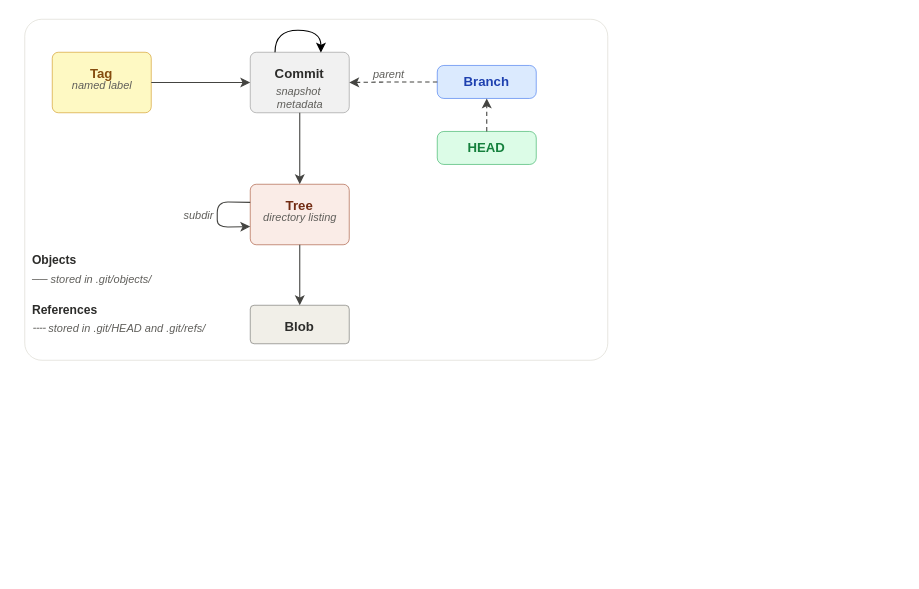
braboj/tutorial-git keeps this draw.io diagram as assets/drawio/git-object-model.drawio. Above is the earlier version. Source tidied: cells renumbered, new cells numbered last; positions are measured from the earlier drawing's top-left corner, leaving out a move shared by most shapes. Both pictures are drawn from the tidied source at 110%, with x=0, y=0 at pixel (24, 19).
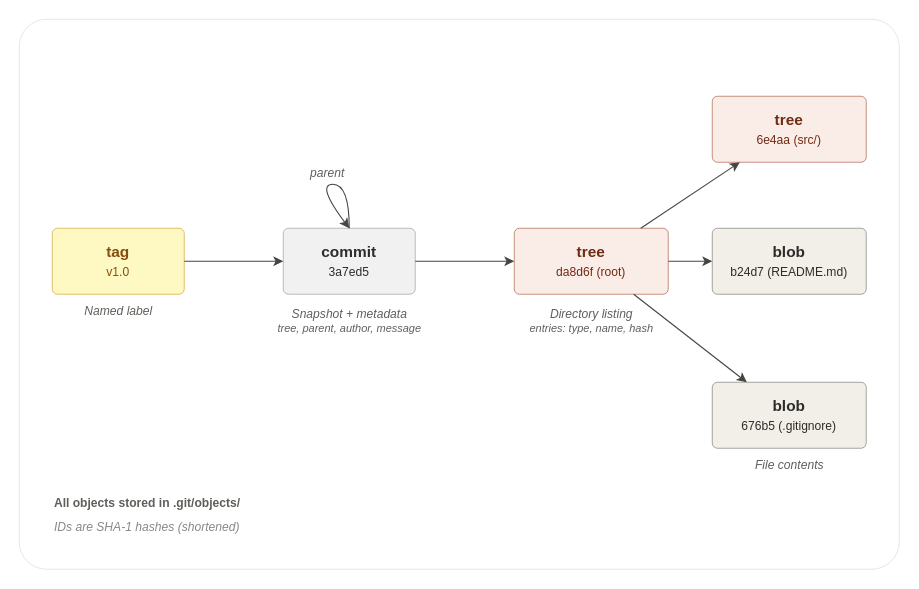
After the change.

Change to the diagram source:
```diff
@@
-    <mxCell id="2" style="rounded=1;whiteSpace=wrap;html=1;fillColor=#FFFFFF;strokeColor=#D3D1C7;strokeWidth=0.5;shadow=0;arcSize=5;" parent="1" vertex="1">
-      <mxGeometry width="530" height="310" as="geometry" />
-    </mxCell>
-    <mxCell id="3" value="Tag" style="rounded=1;whiteSpace=wrap;html=1;fillColor=#FEF9C3;strokeColor=#CA8A04;strokeWidth=0.5;shadow=0;fontSize=12;fontStyle=1;fontColor=#854D0E;fontFamily=Helvetica;verticalAlign=top;align=center;spacingTop=6;arcSize=10;" parent="1" vertex="1">
-      <mxGeometry x="25" y="30" width="90" height="55" as="geometry" />
-    </mxCell>
+    <mxCell id="25" style="rounded=1;whiteSpace=wrap;html=1;fillColor=#FFFFFF;strokeColor=#D3D1C7;strokeWidth=0.5;shadow=0;arcSize=5;" parent="1" vertex="1">
+      <mxGeometry x="-5" width="800" height="500" as="geometry" />
+    </mxCell>
+    <mxCell id="26" value="&lt;b&gt;tag&lt;/b&gt;&lt;br&gt;&lt;font style=&quot;font-size:11px&quot;&gt;v1.0&lt;/font&gt;" style="rounded=1;whiteSpace=wrap;html=1;fillColor=#FEF9C3;strokeColor=#CA8A04;strokeWidth=0.5;shadow=0;arcSize=8;fontSize=14;fontColor=#854D0E;fontFamily=Helvetica;verticalAlign=middle;align=center;" parent="1" vertex="1">
+      <mxGeometry x="25" y="190" width="120" height="60" as="geometry" />
+    </mxCell>
-    <mxCell id="4" value="named label" style="text;html=1;strokeColor=none;fillColor=none;align=center;verticalAlign=middle;fontSize=10;fontStyle=2;fontColor=#5F5E5A;fontFamily=Helvetica;" parent="1" vertex="1">
-      <mxGeometry x="25" y="52" width="90" height="16" as="geometry" />
+    <mxCell id="4" value="Named label" style="text;html=1;align=center;verticalAlign=middle;fontSize=11;fontColor=#5F5E5A;fontFamily=Helvetica;fontStyle=2;" parent="1" vertex="1">
+      <mxGeometry x="25" y="255" width="120" height="20" as="geometry" />
     </mxCell>
-    <mxCell id="5" value="Commit" style="rounded=1;whiteSpace=wrap;html=1;fillColor=#F1F1F1;strokeColor=#888888;strokeWidth=0.5;shadow=0;fontSize=12;fontStyle=1;fontColor=#2C2C2A;fontFamily=Helvetica;verticalAlign=top;align=center;spacingTop=6;arcSize=10;" parent="1" vertex="1">
-      <mxGeometry x="205" y="30" width="90" height="55" as="geometry" />
-    </mxCell>
+    <mxCell id="27" value="&lt;b&gt;commit&lt;/b&gt;&lt;br&gt;&lt;font style=&quot;font-size:11px&quot;&gt;3a7ed5&lt;/font&gt;" style="rounded=1;whiteSpace=wrap;html=1;fillColor=#F1F1F1;strokeColor=#888888;strokeWidth=0.5;shadow=0;arcSize=8;fontSize=14;fontColor=#2C2C2A;fontFamily=Helvetica;verticalAlign=middle;align=center;" parent="1" vertex="1">
+      <mxGeometry x="235" y="190" width="120" height="60" as="geometry" />
+    </mxCell>
-    <mxCell id="6" value="snapshot&amp;nbsp;&lt;div&gt;metadata&lt;/div&gt;" style="text;html=1;strokeColor=none;fillColor=none;align=center;verticalAlign=middle;fontSize=10;fontStyle=2;fontColor=#5F5E5A;fontFamily=Helvetica;" parent="1" vertex="1">
-      <mxGeometry x="195" y="52" width="110" height="38" as="geometry" />
+    <mxCell id="6" value="Snapshot + metadata&lt;br&gt;&lt;font style=&quot;font-size:10px&quot;&gt;tree, parent, author, message&lt;/font&gt;" style="text;html=1;align=center;verticalAlign=top;fontSize=11;fontColor=#5F5E5A;fontFamily=Helvetica;fontStyle=2;" parent="1" vertex="1">
+      <mxGeometry x="210" y="255" width="170" height="35" as="geometry" />
     </mxCell>
-    <mxCell id="7" value="Tree" style="rounded=1;whiteSpace=wrap;html=1;fillColor=#FAECE7;strokeColor=#993C1D;strokeWidth=0.5;shadow=0;fontSize=12;fontStyle=1;fontColor=#712B13;fontFamily=Helvetica;verticalAlign=top;align=center;spacingTop=6;arcSize=10;" parent="1" vertex="1">
-      <mxGeometry x="205" y="150" width="90" height="55" as="geometry" />
-    </mxCell>
+    <mxCell id="28" value="&lt;b&gt;tree&lt;/b&gt;&lt;br&gt;&lt;font style=&quot;font-size:11px&quot;&gt;da8d6f (root)&lt;/font&gt;" style="rounded=1;whiteSpace=wrap;html=1;fillColor=#FAECE7;strokeColor=#993C1D;strokeWidth=0.5;shadow=0;arcSize=8;fontSize=14;fontColor=#712B13;fontFamily=Helvetica;verticalAlign=middle;align=center;" parent="1" vertex="1">
+      <mxGeometry x="445" y="190" width="140" height="60" as="geometry" />
+    </mxCell>
-    <mxCell id="8" value="directory listing" style="text;html=1;strokeColor=none;fillColor=none;align=center;verticalAlign=middle;fontSize=10;fontStyle=2;fontColor=#5F5E5A;fontFamily=Helvetica;" parent="1" vertex="1">
-      <mxGeometry x="205" y="172" width="90" height="16" as="geometry" />
+    <mxCell id="8" value="Directory listing&lt;br&gt;&lt;font style=&quot;font-size:10px&quot;&gt;entries: type, name, hash&lt;/font&gt;" style="text;html=1;align=center;verticalAlign=top;fontSize=11;fontColor=#5F5E5A;fontFamily=Helvetica;fontStyle=2;" parent="1" vertex="1">
+      <mxGeometry x="430" y="255" width="170" height="35" as="geometry" />
     </mxCell>
-    <mxCell id="9" value="Blob" style="rounded=1;whiteSpace=wrap;html=1;fillColor=#F1EFE8;strokeColor=#5F5E5A;strokeWidth=0.5;shadow=0;fontSize=12;fontStyle=1;fontColor=#2C2C2A;fontFamily=Helvetica;verticalAlign=top;align=center;spacingTop=6;arcSize=10;" parent="1" vertex="1">
-      <mxGeometry x="205" y="260" width="90" height="35" as="geometry" />
-    </mxCell>
-    <mxCell id="10" value="Branch" style="rounded=1;whiteSpace=wrap;html=1;fillColor=#DBEAFE;strokeColor=#2563EB;strokeWidth=0.5;arcSize=20;shadow=0;fontSize=12;fontStyle=1;fontColor=#1E40AF;fontFamily=Helvetica;verticalAlign=middle;align=center;" parent="1" vertex="1">
-      <mxGeometry x="375" y="42" width="90" height="30" as="geometry" />
-    </mxCell>
-    <mxCell id="11" value="HEAD" style="rounded=1;whiteSpace=wrap;html=1;fillColor=#DCFCE7;strokeColor=#16A34A;strokeWidth=0.5;arcSize=20;shadow=0;fontSize=12;fontStyle=1;fontColor=#15803D;fontFamily=Helvetica;verticalAlign=middle;align=center;" parent="1" vertex="1">
-      <mxGeometry x="375" y="102" width="90" height="30" as="geometry" />
-    </mxCell>
-    <mxCell id="12" style="endArrow=classic;html=1;strokeColor=#444441;strokeWidth=1;endFill=1;endSize=6;" parent="1" edge="1" source="3" target="5">
-      <mxGeometry relative="1" as="geometry" />
-    </mxCell>
+    <mxCell id="29" value="&lt;b&gt;tree&lt;/b&gt;&lt;br&gt;&lt;font style=&quot;font-size:11px&quot;&gt;6e4aa (src/)&lt;/font&gt;" style="rounded=1;whiteSpace=wrap;html=1;fillColor=#FAECE7;strokeColor=#993C1D;strokeWidth=0.5;shadow=0;arcSize=8;fontSize=14;fontColor=#712B13;fontFamily=Helvetica;verticalAlign=middle;align=center;" parent="1" vertex="1">
+      <mxGeometry x="625" y="70" width="140" height="60" as="geometry" />
+    </mxCell>
+    <mxCell id="30" value="&lt;b&gt;blob&lt;/b&gt;&lt;br&gt;&lt;font style=&quot;font-size:11px&quot;&gt;b24d7 (README.md)&lt;/font&gt;" style="rounded=1;whiteSpace=wrap;html=1;fillColor=#F1EFE8;strokeColor=#5F5E5A;strokeWidth=0.5;shadow=0;arcSize=8;fontSize=14;fontColor=#2C2C2A;fontFamily=Helvetica;verticalAlign=middle;align=center;" parent="1" vertex="1">
+      <mxGeometry x="625" y="190" width="140" height="60" as="geometry" />
+    </mxCell>
+    <mxCell id="31" value="&lt;b&gt;blob&lt;/b&gt;&lt;br&gt;&lt;font style=&quot;font-size:11px&quot;&gt;676b5 (.gitignore)&lt;/font&gt;" style="rounded=1;whiteSpace=wrap;html=1;fillColor=#F1EFE8;strokeColor=#5F5E5A;strokeWidth=0.5;shadow=0;arcSize=8;fontSize=14;fontColor=#2C2C2A;fontFamily=Helvetica;verticalAlign=middle;align=center;" parent="1" vertex="1">
+      <mxGeometry x="625" y="330" width="140" height="60" as="geometry" />
+    </mxCell>
+    <mxCell id="32" value="File contents" style="text;html=1;align=center;verticalAlign=middle;fontSize=11;fontColor=#5F5E5A;fontFamily=Helvetica;fontStyle=2;" parent="1" vertex="1">
+      <mxGeometry x="625" y="395" width="140" height="20" as="geometry" />
+    </mxCell>
+    <mxCell id="33" style="endArrow=classic;html=1;strokeColor=#444441;strokeWidth=1;endFill=1;endSize=6;" parent="1" edge="1" source="26" target="27">
+      <mxGeometry relative="1" as="geometry" />
+    </mxCell>
+    <mxCell id="34" style="endArrow=classic;html=1;strokeColor=#444441;strokeWidth=1;endFill=1;endSize=6;curved=1;" parent="1" edge="1">
+      <mxGeometry relative="1" as="geometry">
+        <mxPoint x="295" y="190" as="sourcePoint" />
+        <mxPoint x="295" y="190" as="targetPoint" />
+        <Array as="points">
+          <mxPoint x="295" y="150" />
+          <mxPoint x="265" y="150" />
+        </Array>
+      </mxGeometry>
+    </mxCell>
-    <mxCell id="13" value="parent" style="text;html=1;strokeColor=none;fillColor=none;align=left;verticalAlign=middle;fontSize=10;fontStyle=2;fontColor=#5F5E5A;fontFamily=Helvetica;" parent="1" vertex="1">
-      <mxGeometry x="315" y="42" width="40" height="16" as="geometry" />
+    <mxCell id="13" value="parent" style="text;html=1;align=center;verticalAlign=middle;fontSize=11;fontColor=#5F5E5A;fontFamily=Helvetica;fontStyle=2;" parent="1" vertex="1">
+      <mxGeometry x="250" y="130" width="50" height="20" as="geometry" />
     </mxCell>
-    <mxCell id="14" style="endArrow=classic;html=1;strokeColor=#444441;strokeWidth=1;endFill=1;endSize=6;" parent="1" edge="1" source="5" target="7">
-      <mxGeometry relative="1" as="geometry" />
-    </mxCell>
-    <mxCell id="15" style="endArrow=classic;html=1;strokeColor=#444441;strokeWidth=1;endFill=1;endSize=6;" parent="1" edge="1" source="7" target="9">
-      <mxGeometry relative="1" as="geometry" />
-    </mxCell>
-    <mxCell id="16" style="endArrow=classic;html=1;strokeColor=#444441;strokeWidth=1;endFill=1;endSize=6;exitX=0;exitY=0.3;exitDx=0;exitDy=0;entryX=0;entryY=0.7;entryDx=0;entryDy=0;" parent="1" edge="1" source="7" target="7">
-      <mxGeometry relative="1" as="geometry">
-        <Array as="points">
-          <mxPoint x="175" y="166" />
-          <mxPoint x="175" y="189" />
-        </Array>
-      </mxGeometry>
-    </mxCell>
-    <mxCell id="17" value="subdir" style="text;html=1;strokeColor=none;fillColor=none;align=right;verticalAlign=middle;fontSize=10;fontStyle=2;fontColor=#5F5E5A;fontFamily=Helvetica;" parent="1" vertex="1">
-      <mxGeometry x="135" y="170" width="38" height="16" as="geometry" />
-    </mxCell>
-    <mxCell id="18" style="endArrow=classic;html=1;strokeColor=#444441;strokeWidth=1;endFill=1;endSize=6;dashed=1;dashPattern=4 3;edgeStyle=orthogonalEdgeStyle;" parent="1" edge="1" source="10" target="5">
-      <mxGeometry relative="1" as="geometry" />
-    </mxCell>
-    <mxCell id="19" style="endArrow=classic;html=1;strokeColor=#444441;strokeWidth=1;endFill=1;endSize=6;dashed=1;dashPattern=4 3;" parent="1" edge="1" source="11" target="10">
-      <mxGeometry relative="1" as="geometry" />
-    </mxCell>
-    <mxCell id="20" value="Objects" style="text;html=1;strokeColor=none;fillColor=none;align=left;verticalAlign=middle;fontSize=11;fontStyle=1;fontColor=#2C2C2A;fontFamily=Helvetica;" parent="1" vertex="1">
-      <mxGeometry x="5" y="210" width="60" height="18" as="geometry" />
-    </mxCell>
-    <mxCell id="21" value="── stored in .git/objects/" style="text;html=1;strokeColor=none;fillColor=none;align=left;verticalAlign=middle;fontSize=10;fontStyle=2;fontColor=#5F5E5A;fontFamily=Helvetica;" parent="1" vertex="1">
-      <mxGeometry x="5" y="228" width="160" height="16" as="geometry" />
-    </mxCell>
-    <mxCell id="22" value="References" style="text;html=1;strokeColor=none;fillColor=none;align=left;verticalAlign=middle;fontSize=11;fontStyle=1;fontColor=#2C2C2A;fontFamily=Helvetica;" parent="1" vertex="1">
-      <mxGeometry x="5" y="255" width="80" height="18" as="geometry" />
-    </mxCell>
-    <mxCell id="23" value="╌╌ stored in .git/HEAD and .git/refs/" style="text;html=1;strokeColor=none;fillColor=none;align=left;verticalAlign=middle;fontSize=10;fontStyle=2;fontColor=#5F5E5A;fontFamily=Helvetica;" parent="1" vertex="1">
-      <mxGeometry x="5" y="273" width="160" height="16" as="geometry" />
-    </mxCell>
-    <mxCell id="24" style="edgeStyle=orthogonalEdgeStyle;rounded=0;orthogonalLoop=1;jettySize=auto;html=1;entryX=0.714;entryY=0.006;entryDx=0;entryDy=0;entryPerimeter=0;exitX=0.25;exitY=0;exitDx=0;exitDy=0;curved=1;" parent="1" edge="1" source="5" target="5">
-      <mxGeometry relative="1" as="geometry">
-        <Array as="points">
-          <mxPoint x="228" y="10" />
-          <mxPoint x="269" y="10" />
-          <mxPoint x="269" y="30" />
-          <mxPoint x="269" y="30" />
-        </Array>
-      </mxGeometry>
-    </mxCell>
+    <mxCell id="35" style="endArrow=classic;html=1;strokeColor=#444441;strokeWidth=1;endFill=1;endSize=6;" parent="1" edge="1" source="27" target="28">
+      <mxGeometry relative="1" as="geometry" />
+    </mxCell>
+    <mxCell id="36" style="endArrow=classic;html=1;strokeColor=#444441;strokeWidth=1;endFill=1;endSize=6;" parent="1" edge="1" source="28" target="29">
+      <mxGeometry relative="1" as="geometry" />
+    </mxCell>
+    <mxCell id="37" style="endArrow=classic;html=1;strokeColor=#444441;strokeWidth=1;endFill=1;endSize=6;" parent="1" edge="1" source="28" target="30">
+      <mxGeometry relative="1" as="geometry" />
+    </mxCell>
+    <mxCell id="38" style="endArrow=classic;html=1;strokeColor=#444441;strokeWidth=1;endFill=1;endSize=6;" parent="1" edge="1" source="28" target="31">
+      <mxGeometry relative="1" as="geometry" />
+    </mxCell>
+    <mxCell id="39" value="&lt;b&gt;All objects stored in .git/objects/&lt;/b&gt;" style="text;html=1;align=left;verticalAlign=middle;fontSize=11;fontColor=#5F5E5A;fontFamily=Helvetica;" parent="1" vertex="1">
+      <mxGeometry x="25" y="430" width="250" height="20" as="geometry" />
+    </mxCell>
+    <mxCell id="40" value="IDs are SHA-1 hashes (shortened)" style="text;html=1;align=left;verticalAlign=middle;fontSize=11;fontColor=#888888;fontFamily=Helvetica;fontStyle=2;" parent="1" vertex="1">
+      <mxGeometry x="25" y="452" width="250" height="20" as="geometry" />
+    </mxCell>
```
